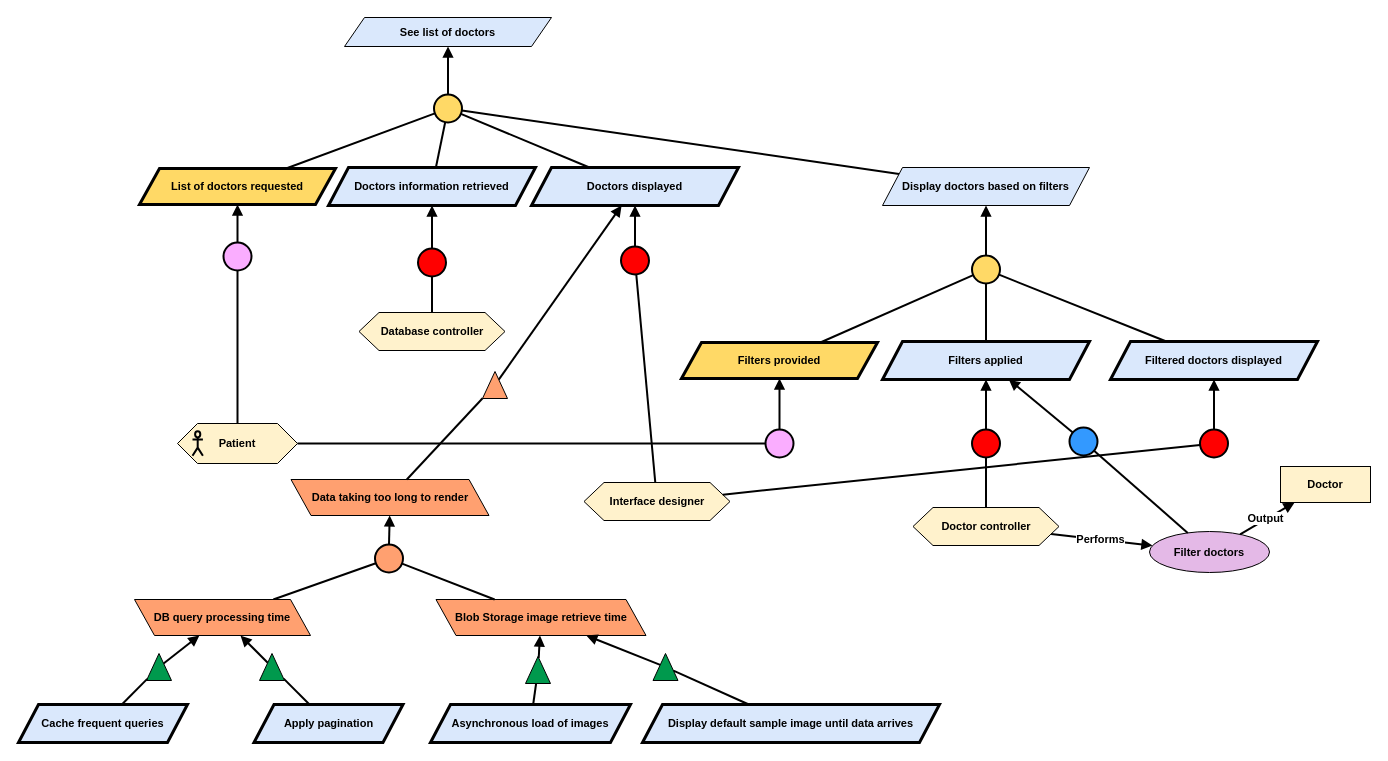
Before: Kaos/KAOS 7.drawio in RafaelCMira/myclinic-msp-project, a draw.io diagram. Source tidied: cells renumbered, new cells numbered last; positions are measured from the earlier drawing's top-left corner, leaving out a move shared by most shapes. Both pictures are drawn from the tidied source at 100%, with x=0, y=0 at pixel (18, 17).
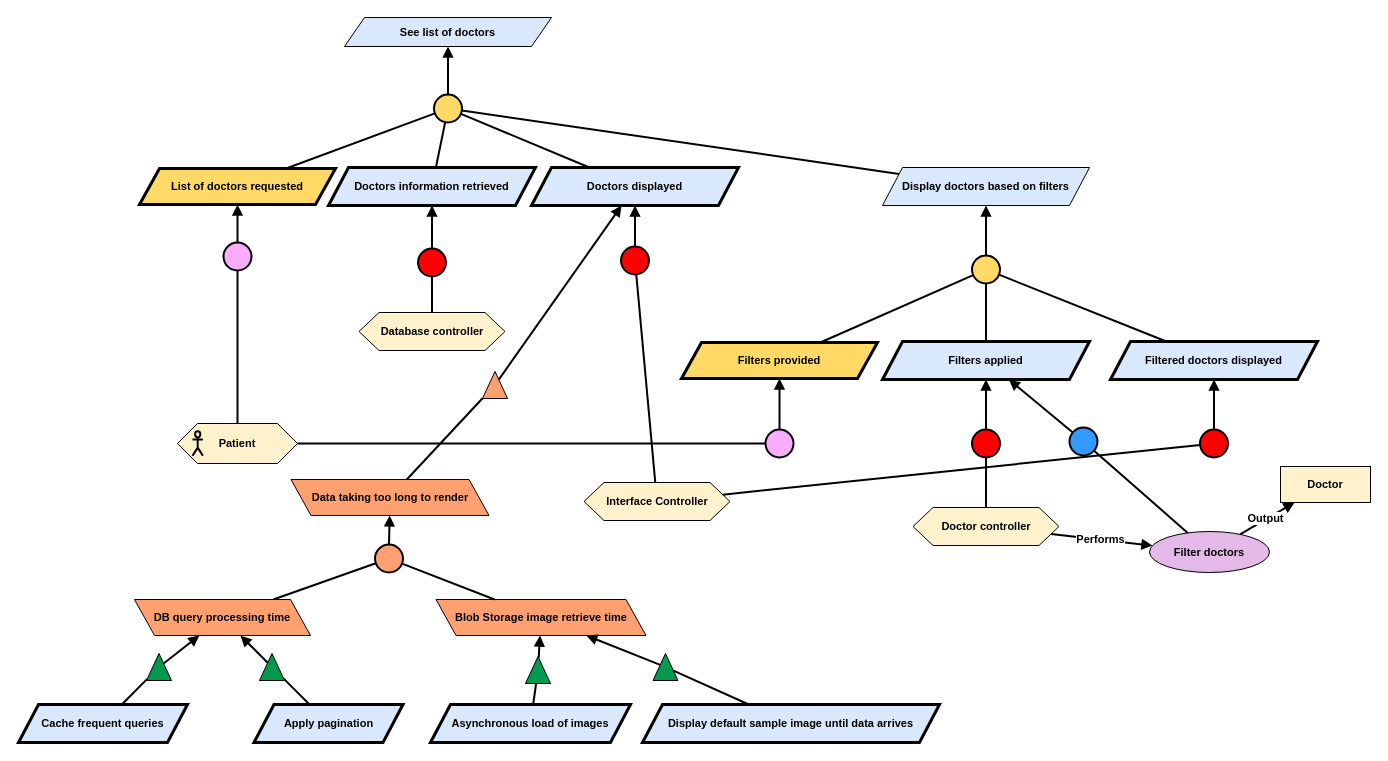
The same page after the edit.

What changed in the source:
```diff
@@
-    <mxCell id="25" value="&lt;div&gt;&lt;b&gt;Interface designer&lt;/b&gt;&lt;/div&gt;" style="shape=hexagon;perimeter=hexagonPerimeter2;whiteSpace=wrap;html=1;fixedSize=1;fillColor=#FFF2CC;fontFamily=Helvetica;fontSize=11;fontColor=default;labelBackgroundColor=none;" parent="1" vertex="1">
+    <mxCell id="25" value="&lt;div&gt;&lt;b&gt;Interface Controller&lt;/b&gt;&lt;/div&gt;" style="shape=hexagon;perimeter=hexagonPerimeter2;whiteSpace=wrap;html=1;fixedSize=1;fillColor=#FFF2CC;fontFamily=Helvetica;fontSize=11;fontColor=default;labelBackgroundColor=none;" parent="1" vertex="1">
       <mxGeometry x="565.5" y="465" width="146" height="38" as="geometry" />
     </mxCell>
```
